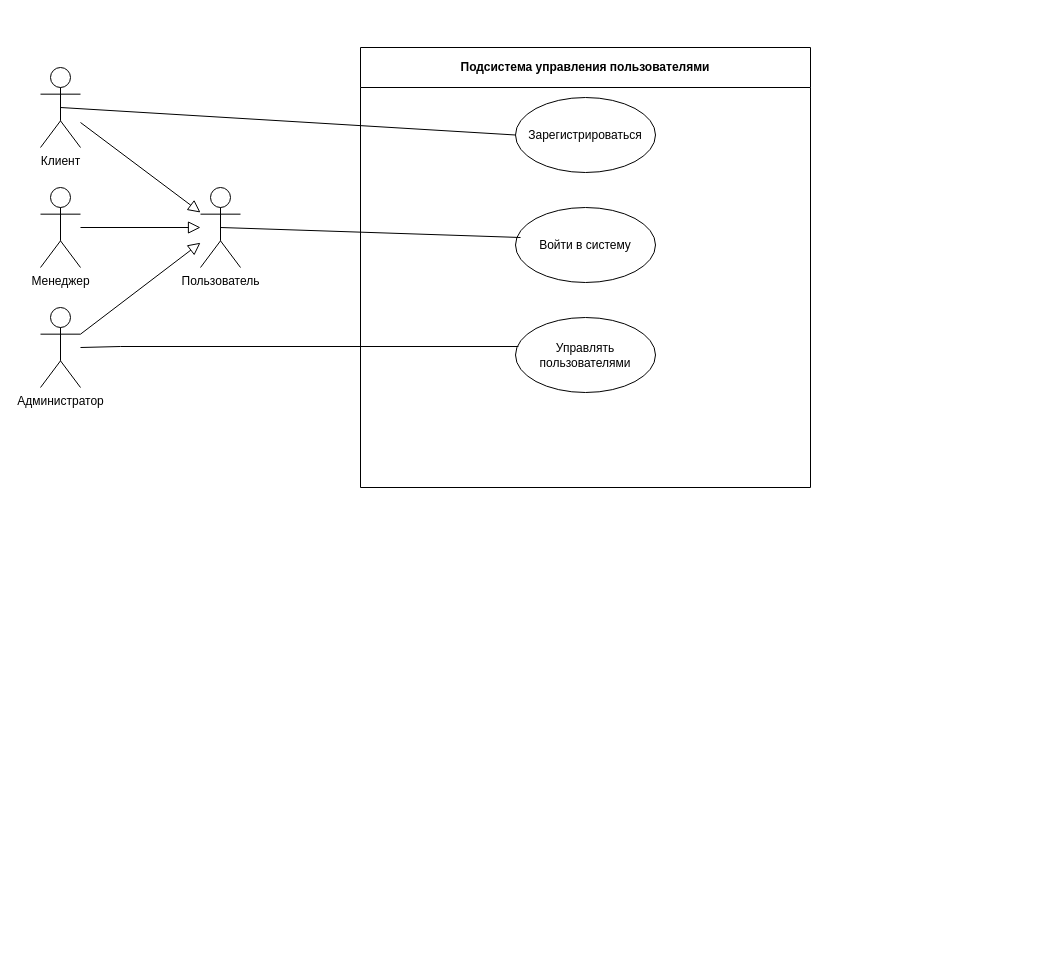
VladimirAG38/uml keeps this draw.io diagram as myfirstuml.drawio. Above is the earlier version. Source tidied: cells renumbered, new cells numbered last; positions are measured from the earlier drawing's top-left corner, leaving out a move shared by most shapes. Both pictures are drawn from the tidied source at 100%, with x=0, y=0 at pixel (40, 47).
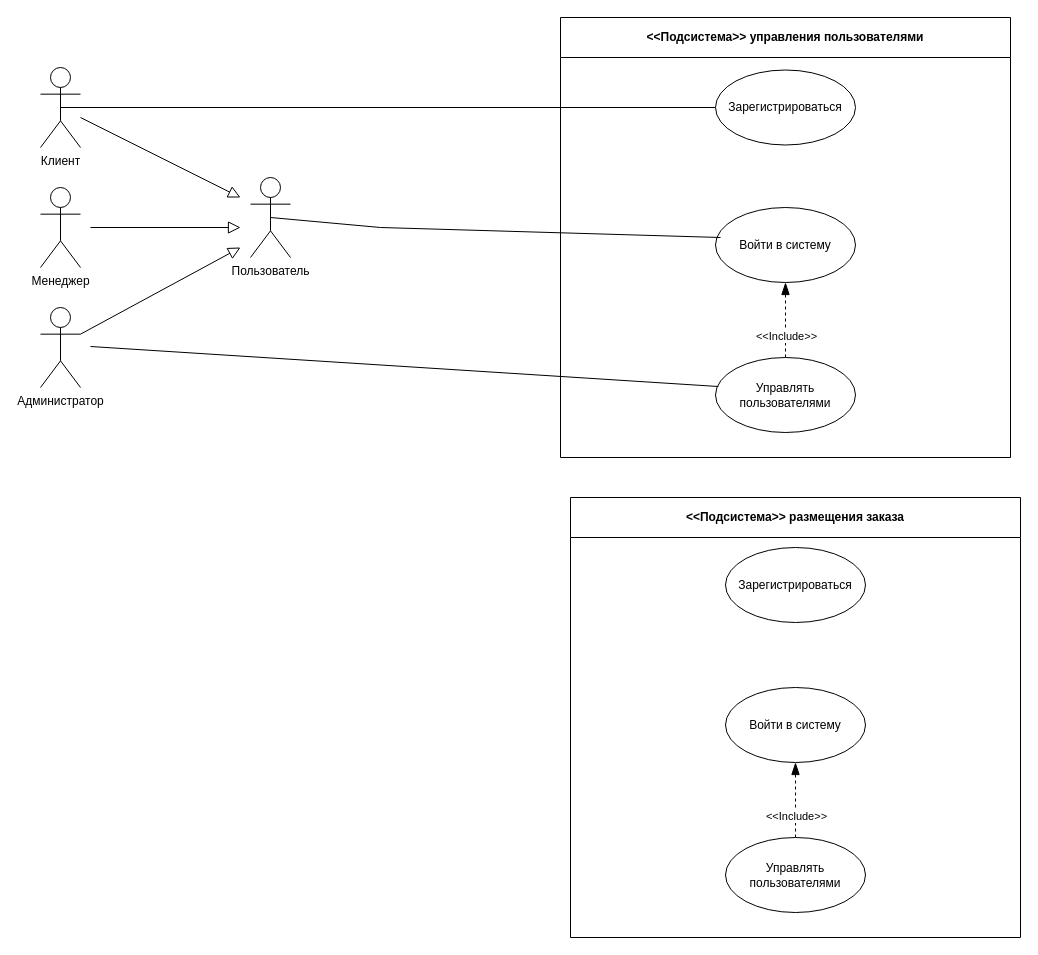
The same diagram, later.

The change refers to these unchanged cells:
```xml
<mxCell id="4" value="Клиент" style="shape=umlActor;verticalLabelPosition=bottom;verticalAlign=top;html=1;" parent="1" vertex="1">
  <mxGeometry y="20" width="40" height="80" as="geometry" />
</mxCell>
<mxCell id="13" value="Администратор" style="shape=umlActor;verticalLabelPosition=bottom;verticalAlign=top;html=1;" parent="1" vertex="1">
  <mxGeometry y="260" width="40" height="80" as="geometry" />
</mxCell>
```

Change to the diagram source:
```diff
@@
-    <mxCell id="2" style="rounded=0;jettySize=auto;html=1;endSize=10;endArrow=block;endFill=0;startSize=10;" parent="1" edge="1" source="4" target="15">
-      <mxGeometry relative="1" as="geometry" />
+    <mxCell id="2" style="rounded=0;jettySize=auto;html=1;endSize=10;endArrow=block;endFill=0;startSize=10;" parent="1" edge="1" source="4">
+      <mxGeometry relative="1" as="geometry">
+        <mxPoint x="200" y="150" as="targetPoint" />
+      </mxGeometry>
     </mxCell>
@@
-    <mxCell id="5" value="Подсистема управления пользователями" style="swimlane;whiteSpace=wrap;html=1;startSize=40;" parent="1" vertex="1">
-      <mxGeometry x="320" width="450" height="440" as="geometry" />
+    <mxCell id="5" value="&amp;lt;&amp;lt;Подсистема&amp;gt;&amp;gt; управления пользователями" style="swimlane;whiteSpace=wrap;html=1;startSize=40;" parent="1" vertex="1">
+      <mxGeometry x="520" y="-30" width="450" height="440" as="geometry" />
     </mxCell>
     <mxCell id="6" value="Зарегистрироваться" style="ellipse;whiteSpace=wrap;html=1;" parent="5" vertex="1">
-      <mxGeometry x="155" y="50" width="140" height="75" as="geometry" />
+      <mxGeometry x="155" y="52.5" width="140" height="75" as="geometry" />
     </mxCell>
     <mxCell id="7" value="Войти в систему" style="ellipse;whiteSpace=wrap;html=1;" parent="5" vertex="1">
-      <mxGeometry x="155" y="160" width="140" height="75" as="geometry" />
+      <mxGeometry x="155" y="190" width="140" height="75" as="geometry" />
     </mxCell>
+    <mxCell id="16" style="edgeStyle=none;rounded=0;jettySize=auto;html=1;exitX=0.5;exitY=0;exitDx=0;exitDy=0;entryX=0.5;entryY=1;entryDx=0;entryDy=0;endArrow=blockThin;endFill=1;startSize=10;endSize=10;dashed=1;" parent="5" edge="1" source="8" target="7">
+      <mxGeometry relative="1" as="geometry" />
+    </mxCell>
+    <mxCell id="17" value="&amp;lt;&amp;lt;Include&amp;gt;&amp;gt;" style="edgeLabel;html=1;align=center;verticalAlign=middle;" parent="16" vertex="1">
+      <mxGeometry x="-0.41" relative="1" as="geometry" />
+    </mxCell>
     <mxCell id="8" value="Управлять пользователями" style="ellipse;whiteSpace=wrap;html=1;" parent="5" vertex="1">
-      <mxGeometry x="155" y="270" width="140" height="75" as="geometry" />
+      <mxGeometry x="155" y="340" width="140" height="75" as="geometry" />
     </mxCell>
-    <mxCell id="9" style="edgeStyle=none;rounded=0;jettySize=auto;html=1;endArrow=block;endFill=0;startSize=10;endSize=10;" parent="1" edge="1" target="15">
+    <mxCell id="9" style="edgeStyle=none;rounded=0;orthogonalLoop=1;jettySize=auto;html=1;endArrow=block;endFill=0;startSize=10;endSize=10;" parent="1" edge="1">
       <mxGeometry relative="1" as="geometry">
-        <mxPoint x="40" y="180" as="sourcePoint" />
+        <mxPoint x="50" y="180" as="sourcePoint" />
+        <mxPoint x="200" y="180" as="targetPoint" />
       </mxGeometry>
     </mxCell>
@@
-    <mxCell id="11" style="edgeStyle=none;rounded=0;jettySize=auto;html=1;endArrow=block;endFill=0;startSize=10;endSize=10;exitX=1;exitY=0.3333333333333333;exitDx=0;exitDy=0;exitPerimeter=0;" parent="1" edge="1" source="13" target="15">
-      <mxGeometry relative="1" as="geometry" />
+    <mxCell id="11" style="edgeStyle=none;rounded=0;jettySize=auto;html=1;endArrow=block;endFill=0;startSize=10;endSize=10;exitX=1;exitY=0.3333333333333333;exitDx=0;exitDy=0;exitPerimeter=0;" parent="1" edge="1" source="13">
+      <mxGeometry relative="1" as="geometry">
+        <mxPoint x="200" y="200" as="targetPoint" />
+      </mxGeometry>
     </mxCell>
-    <mxCell id="12" style="edgeStyle=none;rounded=0;jettySize=auto;html=1;entryX=0.021;entryY=0.387;entryDx=0;entryDy=0;entryPerimeter=0;endArrow=none;endFill=0;startSize=10;endSize=10;" parent="1" edge="1" target="8">
+    <mxCell id="12" style="rounded=0;jettySize=auto;html=1;entryX=0.021;entryY=0.387;entryDx=0;entryDy=0;entryPerimeter=0;endArrow=none;endFill=0;startSize=10;endSize=10;" parent="1" edge="1" target="8">
       <mxGeometry relative="1" as="geometry">
-        <mxPoint x="40" y="300" as="sourcePoint" />
-        <Array as="points">
-          <mxPoint x="80" y="299" />
-        </Array>
+        <mxPoint x="50" y="299" as="sourcePoint" />
       </mxGeometry>
     </mxCell>
@@
     <mxCell id="14" style="edgeStyle=none;rounded=0;jettySize=auto;html=1;exitX=0.5;exitY=0.5;exitDx=0;exitDy=0;exitPerimeter=0;entryX=0.036;entryY=0.4;entryDx=0;entryDy=0;entryPerimeter=0;endArrow=none;endFill=0;startSize=10;endSize=10;" parent="1" edge="1" source="15" target="7">
-      <mxGeometry relative="1" as="geometry" />
+      <mxGeometry relative="1" as="geometry">
+        <Array as="points">
+          <mxPoint x="340" y="180" />
+        </Array>
+      </mxGeometry>
     </mxCell>
     <mxCell id="15" value="Пользователь" style="shape=umlActor;verticalLabelPosition=bottom;verticalAlign=top;html=1;" parent="1" vertex="1">
-      <mxGeometry x="160" y="140" width="40" height="80" as="geometry" />
+      <mxGeometry x="210" y="130" width="40" height="80" as="geometry" />
     </mxCell>
+    <mxCell id="18" value="&amp;lt;&amp;lt;Подсистема&amp;gt;&amp;gt; размещения заказа" style="swimlane;whiteSpace=wrap;html=1;startSize=40;" parent="1" vertex="1">
+      <mxGeometry x="530" y="450" width="450" height="440" as="geometry" />
+    </mxCell>
+    <mxCell id="19" value="Зарегистрироваться" style="ellipse;whiteSpace=wrap;html=1;" parent="18" vertex="1">
+      <mxGeometry x="155" y="50" width="140" height="75" as="geometry" />
+    </mxCell>
+    <mxCell id="20" value="Войти в систему" style="ellipse;whiteSpace=wrap;html=1;" parent="18" vertex="1">
+      <mxGeometry x="155" y="190" width="140" height="75" as="geometry" />
+    </mxCell>
+    <mxCell id="21" style="edgeStyle=none;rounded=0;jettySize=auto;html=1;exitX=0.5;exitY=0;exitDx=0;exitDy=0;entryX=0.5;entryY=1;entryDx=0;entryDy=0;endArrow=blockThin;endFill=1;startSize=10;endSize=10;dashed=1;" parent="18" edge="1" source="23" target="20">
+      <mxGeometry relative="1" as="geometry" />
+    </mxCell>
+    <mxCell id="22" value="&amp;lt;&amp;lt;Include&amp;gt;&amp;gt;" style="edgeLabel;html=1;align=center;verticalAlign=middle;" parent="21" vertex="1">
+      <mxGeometry x="-0.41" relative="1" as="geometry" />
+    </mxCell>
+    <mxCell id="23" value="Управлять пользователями" style="ellipse;whiteSpace=wrap;html=1;" parent="18" vertex="1">
+      <mxGeometry x="155" y="340" width="140" height="75" as="geometry" />
+    </mxCell>
```
